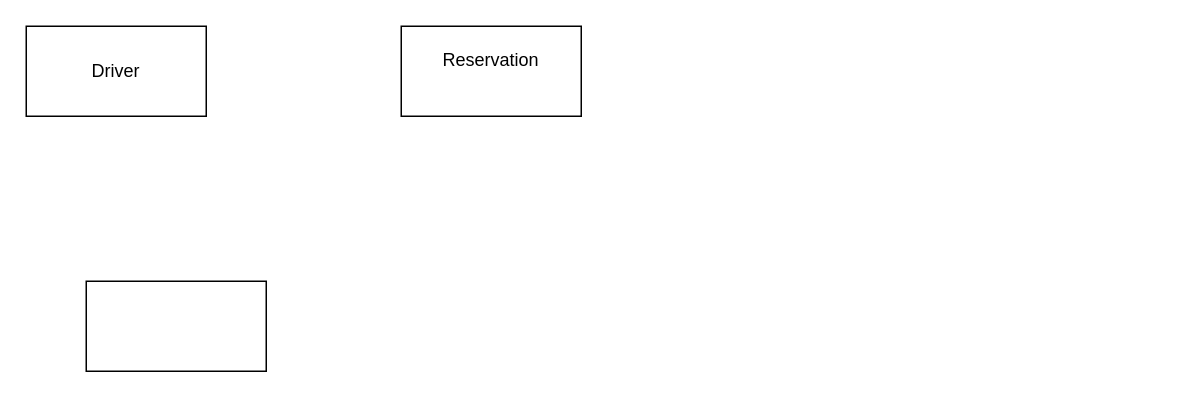
Earlier version of the draw.io diagram Domain Model.drawio (emd5953/Delivery-Service---Independent-Driver). Source tidied: cells renumbered, new cells numbered last; positions are measured from the earlier drawing's top-left corner, leaving out a move shared by most shapes. Both pictures are drawn from the tidied source at 150%, with x=0, y=0 at pixel (26, 26).
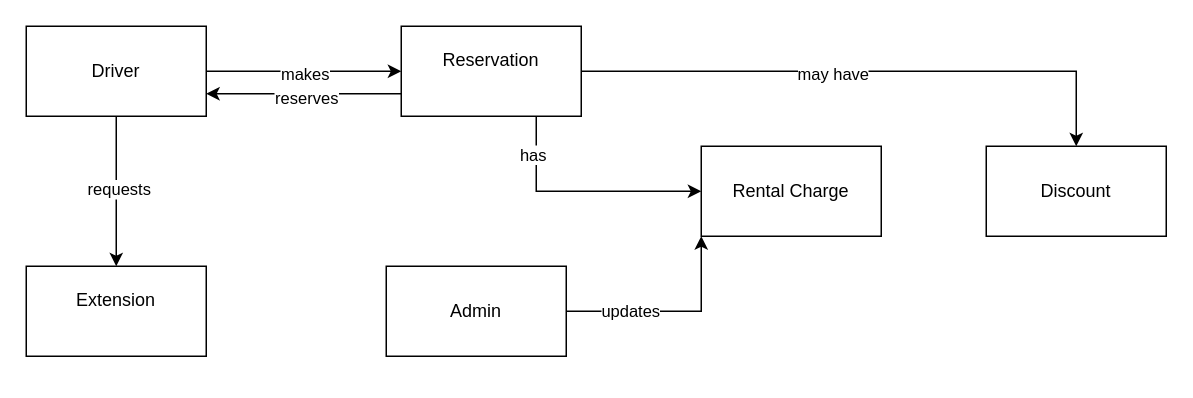
The same diagram, later.

Unchanged cells that the change refers to:
```xml
<mxCell id="2" value="Driver" style="rounded=0;whiteSpace=wrap;html=1;" parent="1" vertex="1">
  <mxGeometry width="120" height="60" as="geometry" />
</mxCell>
<mxCell id="3" value="Reservation&lt;div&gt;&lt;br&gt;&lt;/div&gt;" style="rounded=0;whiteSpace=wrap;html=1;" parent="1" vertex="1">
  <mxGeometry x="250" width="120" height="60" as="geometry" />
</mxCell>
```

Diff of the diagram source:
```diff
@@
+    <mxCell id="5" style="edgeStyle=orthogonalEdgeStyle;rounded=0;jettySize=auto;html=1;exitX=1;exitY=0.5;exitDx=0;exitDy=0;entryX=0;entryY=0.5;entryDx=0;entryDy=0;" parent="1" edge="1" source="2" target="3">
+      <mxGeometry relative="1" as="geometry" />
+    </mxCell>
+    <mxCell id="6" value="makes" style="edgeLabel;html=1;align=center;verticalAlign=middle;" parent="5" vertex="1">
+      <mxGeometry y="-1" relative="1" as="geometry" />
+    </mxCell>
+    <mxCell id="7" style="edgeStyle=orthogonalEdgeStyle;rounded=0;jettySize=auto;html=1;exitX=0.5;exitY=1;exitDx=0;exitDy=0;entryX=0.5;entryY=0;entryDx=0;entryDy=0;" parent="1" edge="1" source="2" target="4">
+      <mxGeometry relative="1" as="geometry" />
+    </mxCell>
+    <mxCell id="8" value="requests" style="edgeLabel;html=1;align=center;verticalAlign=middle;" parent="7" vertex="1">
+      <mxGeometry x="-0.04" y="1" relative="1" as="geometry" />
+    </mxCell>
@@
+    <mxCell id="9" style="edgeStyle=orthogonalEdgeStyle;rounded=0;jettySize=auto;html=1;exitX=0.75;exitY=1;exitDx=0;exitDy=0;entryX=0;entryY=0.5;entryDx=0;entryDy=0;" parent="1" edge="1" source="3" target="18">
+      <mxGeometry relative="1" as="geometry" />
+    </mxCell>
+    <mxCell id="10" value="has" style="edgeLabel;html=1;align=center;verticalAlign=middle;" parent="9" vertex="1">
+      <mxGeometry x="-0.69" y="-3" relative="1" as="geometry" />
+    </mxCell>
+    <mxCell id="11" style="edgeStyle=orthogonalEdgeStyle;rounded=0;jettySize=auto;html=1;exitX=1;exitY=0.5;exitDx=0;exitDy=0;entryX=0.5;entryY=0;entryDx=0;entryDy=0;" parent="1" edge="1" source="3" target="19">
+      <mxGeometry relative="1" as="geometry" />
+    </mxCell>
+    <mxCell id="12" value="may have" style="edgeLabel;html=1;align=center;verticalAlign=middle;" parent="11" vertex="1">
+      <mxGeometry x="-0.12" y="-1" relative="1" as="geometry" />
+    </mxCell>
+    <mxCell id="13" style="edgeStyle=orthogonalEdgeStyle;rounded=0;jettySize=auto;html=1;exitX=0;exitY=0.75;exitDx=0;exitDy=0;entryX=1;entryY=0.75;entryDx=0;entryDy=0;" parent="1" edge="1" source="3" target="2">
+      <mxGeometry relative="1" as="geometry" />
+    </mxCell>
+    <mxCell id="14" value="reserves" style="edgeLabel;html=1;align=center;verticalAlign=middle;" parent="13" vertex="1">
+      <mxGeometry x="-0.02" y="2" relative="1" as="geometry" />
+    </mxCell>
@@
-    <mxCell id="4" style="rounded=0;whiteSpace=wrap;html=1;" parent="1" vertex="1">
-      <mxGeometry x="40" y="170" width="120" height="60" as="geometry" />
+    <mxCell id="4" value="Extension&lt;div&gt;&lt;br&gt;&lt;/div&gt;" style="rounded=0;whiteSpace=wrap;html=1;" parent="1" vertex="1">
+      <mxGeometry y="160" width="120" height="60" as="geometry" />
     </mxCell>
+    <mxCell id="15" style="edgeStyle=orthogonalEdgeStyle;rounded=0;jettySize=auto;html=1;exitX=1;exitY=0;exitDx=0;exitDy=0;entryX=0;entryY=1;entryDx=0;entryDy=0;" parent="1" edge="1" source="17" target="18">
+      <mxGeometry relative="1" as="geometry">
+        <Array as="points">
+          <mxPoint x="360" y="190" />
+          <mxPoint x="450" y="190" />
+        </Array>
+      </mxGeometry>
+    </mxCell>
+    <mxCell id="16" value="updates" style="edgeLabel;html=1;align=center;verticalAlign=middle;" parent="15" vertex="1">
+      <mxGeometry x="-0.15" y="1" relative="1" as="geometry" />
+    </mxCell>
+    <mxCell id="17" value="Admin" style="rounded=0;whiteSpace=wrap;html=1;" parent="1" vertex="1">
+      <mxGeometry x="240" y="160" width="120" height="60" as="geometry" />
+    </mxCell>
+    <mxCell id="18" value="Rental Charge" style="rounded=0;whiteSpace=wrap;html=1;" parent="1" vertex="1">
+      <mxGeometry x="450" y="80" width="120" height="60" as="geometry" />
+    </mxCell>
+    <mxCell id="19" value="Discount" style="rounded=0;whiteSpace=wrap;html=1;" parent="1" vertex="1">
+      <mxGeometry x="640" y="80" width="120" height="60" as="geometry" />
+    </mxCell>
```
